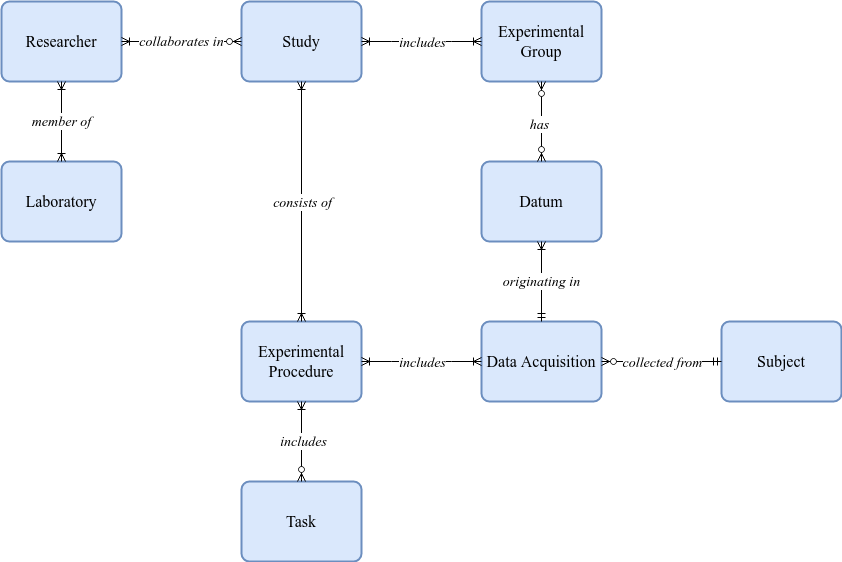
Earlier version of the draw.io export src/book/chapters/labbing/assets/research_entities.png (ZviBaratz/phd). Source tidied: cells renumbered, new cells last; positions are measured from the earlier drawing's top-left corner, leaving out a move shared by most shapes. Its diagram source:
```xml
<mxGraphModel>
  <root>
    <mxCell id="0" />
    <mxCell id="1" parent="0" />
    <mxCell id="2" value="Study" style="rounded=1;arcSize=10;whiteSpace=wrap;html=1;align=center;fontFamily=Times New Roman;fontSize=16;fillColor=#dae8fc;strokeColor=#6c8ebf;strokeWidth=2;" parent="1" vertex="1">
      <mxGeometry x="240" width="120" height="80" as="geometry" />
    </mxCell>
    <mxCell id="3" value="Experimental Group" style="rounded=1;arcSize=10;whiteSpace=wrap;html=1;align=center;fontFamily=Times New Roman;fontSize=16;fillColor=#dae8fc;strokeColor=#6c8ebf;strokeWidth=2;" parent="1" vertex="1">
      <mxGeometry x="480" width="120" height="80" as="geometry" />
    </mxCell>
    <mxCell id="4" value="Datum" style="rounded=1;arcSize=10;whiteSpace=wrap;html=1;align=center;fontFamily=Times New Roman;fontSize=16;fillColor=#dae8fc;strokeColor=#6c8ebf;strokeWidth=2;" parent="1" vertex="1">
      <mxGeometry x="480" y="160" width="120" height="80" as="geometry" />
    </mxCell>
    <mxCell id="5" value="Laboratory" style="rounded=1;arcSize=10;whiteSpace=wrap;html=1;align=center;fontFamily=Times New Roman;fontSize=16;fillColor=#dae8fc;strokeColor=#6c8ebf;strokeWidth=2;" parent="1" vertex="1">
      <mxGeometry y="160" width="120" height="80" as="geometry" />
    </mxCell>
    <mxCell id="6" value="Researcher" style="rounded=1;arcSize=10;whiteSpace=wrap;html=1;align=center;fontFamily=Times New Roman;fontSize=16;fillColor=#dae8fc;strokeColor=#6c8ebf;strokeWidth=2;" parent="1" vertex="1">
      <mxGeometry width="120" height="80" as="geometry" />
    </mxCell>
    <mxCell id="7" value="Subject" style="rounded=1;arcSize=10;whiteSpace=wrap;html=1;align=center;fontFamily=Times New Roman;fontSize=16;fillColor=#dae8fc;strokeColor=#6c8ebf;strokeWidth=2;" parent="1" vertex="1">
      <mxGeometry x="720" y="320" width="120" height="80" as="geometry" />
    </mxCell>
    <mxCell id="8" value="Experimental Procedure" style="rounded=1;arcSize=10;whiteSpace=wrap;html=1;align=center;fontFamily=Times New Roman;fontSize=16;fillColor=#dae8fc;strokeColor=#6c8ebf;strokeWidth=2;" parent="1" vertex="1">
      <mxGeometry x="240" y="320" width="120" height="80" as="geometry" />
    </mxCell>
    <mxCell id="9" value="Task" style="rounded=1;arcSize=10;whiteSpace=wrap;html=1;align=center;fontFamily=Times New Roman;fontSize=16;fillColor=#dae8fc;strokeColor=#6c8ebf;strokeWidth=2;" parent="1" vertex="1">
      <mxGeometry x="240" y="480" width="120" height="80" as="geometry" />
    </mxCell>
    <mxCell id="10" value="&lt;div&gt;Data Acquisition&lt;br&gt;&lt;/div&gt;" style="rounded=1;arcSize=10;whiteSpace=wrap;html=1;align=center;fontFamily=Times New Roman;fontSize=16;fillColor=#dae8fc;strokeColor=#6c8ebf;strokeWidth=2;" parent="1" vertex="1">
      <mxGeometry x="480" y="320" width="120" height="80" as="geometry" />
    </mxCell>
    <mxCell id="11" value="&lt;font style=&quot;font-size: 14px&quot;&gt;originating in&lt;br&gt;&lt;/font&gt;" style="edgeStyle=orthogonalEdgeStyle;fontSize=12;html=1;endArrow=ERoneToMany;startArrow=ERmandOne;rounded=0;fontFamily=Times New Roman;exitX=0.5;exitY=0;exitDx=0;exitDy=0;entryX=0.5;entryY=1;entryDx=0;entryDy=0;fontStyle=2;" parent="1" edge="1" source="10" target="4">
      <mxGeometry relative="1" as="geometry" />
    </mxCell>
    <mxCell id="12" style="fontSize=12;html=1;endArrow=ERzeroToMany;startArrow=ERmandOne;rounded=0;fontFamily=Times New Roman;exitX=0;exitY=0.5;exitDx=0;exitDy=0;entryX=1;entryY=0.5;entryDx=0;entryDy=0;" parent="1" edge="1" source="7" target="10">
      <mxGeometry relative="1" as="geometry" />
    </mxCell>
    <mxCell id="13" value="collected from" style="edgeLabel;html=1;align=center;verticalAlign=middle;fontSize=14;fontFamily=Times New Roman;fontStyle=2;" parent="12" vertex="1">
      <mxGeometry y="1" relative="1" as="geometry">
        <mxPoint y="-1" as="offset" />
      </mxGeometry>
    </mxCell>
    <mxCell id="14" value="&lt;i&gt;&lt;font style=&quot;font-size: 14px&quot;&gt;member of&lt;br&gt;&lt;/font&gt;&lt;/i&gt;" style="fontSize=12;html=1;endArrow=ERoneToMany;startArrow=ERoneToMany;rounded=0;fontFamily=Times New Roman;entryX=0.5;entryY=1;entryDx=0;entryDy=0;exitX=0.5;exitY=0;exitDx=0;exitDy=0;startFill=0;" parent="1" edge="1" source="5" target="6">
      <mxGeometry relative="1" as="geometry" />
    </mxCell>
    <mxCell id="15" value="&lt;div style=&quot;font-size: 14px;&quot;&gt;collaborates in&lt;br style=&quot;font-size: 14px;&quot;&gt;&lt;/div&gt;" style="fontSize=14;html=1;endArrow=ERoneToMany;startArrow=ERzeroToMany;rounded=0;fontFamily=Times New Roman;entryX=1;entryY=0.5;entryDx=0;entryDy=0;exitX=0;exitY=0.5;exitDx=0;exitDy=0;fontStyle=2;" parent="1" edge="1" source="2" target="6">
      <mxGeometry relative="1" as="geometry" />
    </mxCell>
    <mxCell id="16" style="fontSize=12;html=1;endArrow=ERoneToMany;startArrow=ERoneToMany;rounded=0;fontFamily=Times New Roman;entryX=0.5;entryY=0;entryDx=0;entryDy=0;exitX=0.5;exitY=1;exitDx=0;exitDy=0;startFill=0;" parent="1" edge="1" source="2" target="8">
      <mxGeometry relative="1" as="geometry" />
    </mxCell>
    <mxCell id="17" value="consists of" style="edgeLabel;html=1;align=center;verticalAlign=middle;fontSize=14;fontFamily=Times New Roman;fontStyle=2;" parent="16" vertex="1">
      <mxGeometry x="0.23" y="1" relative="1" as="geometry">
        <mxPoint x="-1" y="-27" as="offset" />
      </mxGeometry>
    </mxCell>
    <mxCell id="18" style="fontSize=12;html=1;endArrow=ERoneToMany;endFill=0;startArrow=ERzeroToMany;rounded=0;fontFamily=Times New Roman;exitX=0.5;exitY=0;exitDx=0;exitDy=0;entryX=0.5;entryY=1;entryDx=0;entryDy=0;" parent="1" edge="1" source="9" target="8">
      <mxGeometry relative="1" as="geometry" />
    </mxCell>
    <mxCell id="19" value="includes" style="edgeLabel;html=1;align=center;verticalAlign=middle;fontSize=14;fontFamily=Times New Roman;fontStyle=2;" parent="18" vertex="1">
      <mxGeometry x="0.02" y="-1" relative="1" as="geometry" />
    </mxCell>
    <mxCell id="20" style="edgeStyle=entityRelationEdgeStyle;fontSize=12;html=1;endArrow=ERoneToMany;startArrow=ERoneToMany;rounded=0;fontFamily=Times New Roman;exitX=1;exitY=0.5;exitDx=0;exitDy=0;entryX=0;entryY=0.5;entryDx=0;entryDy=0;startFill=0;" parent="1" edge="1" source="8" target="10">
      <mxGeometry relative="1" as="geometry" />
    </mxCell>
    <mxCell id="21" value="includes" style="edgeLabel;html=1;align=center;verticalAlign=middle;fontSize=14;fontFamily=Times New Roman;fontStyle=2;" parent="20" vertex="1">
      <mxGeometry x="-0.07" y="-4" relative="1" as="geometry">
        <mxPoint x="4" y="-4" as="offset" />
      </mxGeometry>
    </mxCell>
    <mxCell id="22" style="edgeStyle=entityRelationEdgeStyle;fontSize=12;html=1;endArrow=ERoneToMany;startArrow=ERoneToMany;rounded=0;fontFamily=Times New Roman;entryX=0;entryY=0.5;entryDx=0;entryDy=0;exitX=1;exitY=0.5;exitDx=0;exitDy=0;startFill=0;" parent="1" edge="1" source="2" target="3">
      <mxGeometry relative="1" as="geometry" />
    </mxCell>
    <mxCell id="23" value="includes" style="edgeLabel;html=1;align=center;verticalAlign=middle;fontSize=14;fontFamily=Times New Roman;fontStyle=2;" parent="22" vertex="1">
      <mxGeometry x="-0.18" y="-3" relative="1" as="geometry">
        <mxPoint x="11" y="-3" as="offset" />
      </mxGeometry>
    </mxCell>
    <mxCell id="24" style="fontSize=12;html=1;endArrow=ERzeroToMany;endFill=1;startArrow=ERzeroToMany;rounded=0;fontFamily=Times New Roman;exitX=0.5;exitY=1;exitDx=0;exitDy=0;entryX=0.5;entryY=0;entryDx=0;entryDy=0;" parent="1" edge="1" source="3" target="4">
      <mxGeometry relative="1" as="geometry" />
    </mxCell>
    <mxCell id="25" value="has" style="edgeLabel;html=1;align=center;verticalAlign=middle;fontSize=14;fontFamily=Times New Roman;fontStyle=2;" parent="24" vertex="1">
      <mxGeometry x="0.05" relative="1" as="geometry">
        <mxPoint x="-3" as="offset" />
      </mxGeometry>
    </mxCell>
  </root>
</mxGraphModel>
```
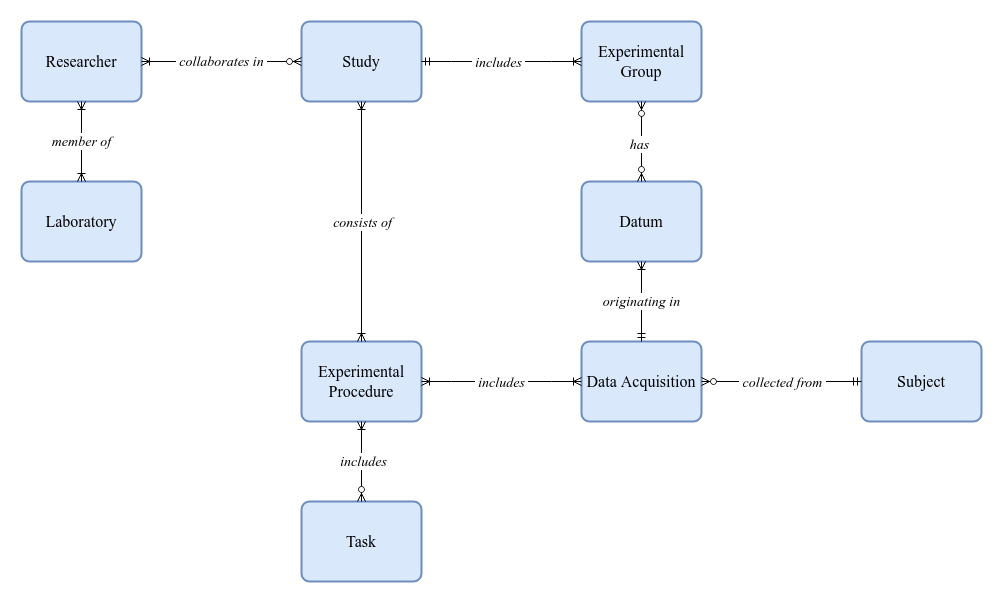
Later version of the same file.

Commit message:
Changed group to be associated with a single study.

What changed in the source:
```diff
@@ -6,19 +6,19 @@
       <mxGeometry x="240" width="120" height="80" as="geometry" />
     </mxCell>
     <mxCell id="3" value="Experimental Group" style="rounded=1;arcSize=10;whiteSpace=wrap;html=1;align=center;fontFamily=Times New Roman;fontSize=16;fillColor=#dae8fc;strokeColor=#6c8ebf;strokeWidth=2;" parent="1" vertex="1">
-      <mxGeometry x="480" width="120" height="80" as="geometry" />
+      <mxGeometry x="520" width="120" height="80" as="geometry" />
     </mxCell>
     <mxCell id="4" value="Datum" style="rounded=1;arcSize=10;whiteSpace=wrap;html=1;align=center;fontFamily=Times New Roman;fontSize=16;fillColor=#dae8fc;strokeColor=#6c8ebf;strokeWidth=2;" parent="1" vertex="1">
-      <mxGeometry x="480" y="160" width="120" height="80" as="geometry" />
+      <mxGeometry x="520" y="160" width="120" height="80" as="geometry" />
     </mxCell>
     <mxCell id="5" value="Laboratory" style="rounded=1;arcSize=10;whiteSpace=wrap;html=1;align=center;fontFamily=Times New Roman;fontSize=16;fillColor=#dae8fc;strokeColor=#6c8ebf;strokeWidth=2;" parent="1" vertex="1">
-      <mxGeometry y="160" width="120" height="80" as="geometry" />
+      <mxGeometry x="-40" y="160" width="120" height="80" as="geometry" />
     </mxCell>
     <mxCell id="6" value="Researcher" style="rounded=1;arcSize=10;whiteSpace=wrap;html=1;align=center;fontFamily=Times New Roman;fontSize=16;fillColor=#dae8fc;strokeColor=#6c8ebf;strokeWidth=2;" parent="1" vertex="1">
-      <mxGeometry width="120" height="80" as="geometry" />
+      <mxGeometry x="-40" width="120" height="80" as="geometry" />
     </mxCell>
     <mxCell id="7" value="Subject" style="rounded=1;arcSize=10;whiteSpace=wrap;html=1;align=center;fontFamily=Times New Roman;fontSize=16;fillColor=#dae8fc;strokeColor=#6c8ebf;strokeWidth=2;" parent="1" vertex="1">
-      <mxGeometry x="720" y="320" width="120" height="80" as="geometry" />
+      <mxGeometry x="800" y="320" width="120" height="80" as="geometry" />
     </mxCell>
     <mxCell id="8" value="Experimental Procedure" style="rounded=1;arcSize=10;whiteSpace=wrap;html=1;align=center;fontFamily=Times New Roman;fontSize=16;fillColor=#dae8fc;strokeColor=#6c8ebf;strokeWidth=2;" parent="1" vertex="1">
       <mxGeometry x="240" y="320" width="120" height="80" as="geometry" />
@@ -27,7 +27,7 @@
       <mxGeometry x="240" y="480" width="120" height="80" as="geometry" />
     </mxCell>
     <mxCell id="10" value="&lt;div&gt;Data Acquisition&lt;br&gt;&lt;/div&gt;" style="rounded=1;arcSize=10;whiteSpace=wrap;html=1;align=center;fontFamily=Times New Roman;fontSize=16;fillColor=#dae8fc;strokeColor=#6c8ebf;strokeWidth=2;" parent="1" vertex="1">
-      <mxGeometry x="480" y="320" width="120" height="80" as="geometry" />
+      <mxGeometry x="520" y="320" width="120" height="80" as="geometry" />
     </mxCell>
     <mxCell id="11" value="&lt;font style=&quot;font-size: 14px&quot;&gt;originating in&lt;br&gt;&lt;/font&gt;" style="edgeStyle=orthogonalEdgeStyle;fontSize=12;html=1;endArrow=ERoneToMany;startArrow=ERmandOne;rounded=0;fontFamily=Times New Roman;exitX=0.5;exitY=0;exitDx=0;exitDy=0;entryX=0.5;entryY=1;entryDx=0;entryDy=0;fontStyle=2;" parent="1" edge="1" source="10" target="4">
       <mxGeometry relative="1" as="geometry" />
@@ -35,7 +35,7 @@
     <mxCell id="12" style="fontSize=12;html=1;endArrow=ERzeroToMany;startArrow=ERmandOne;rounded=0;fontFamily=Times New Roman;exitX=0;exitY=0.5;exitDx=0;exitDy=0;entryX=1;entryY=0.5;entryDx=0;entryDy=0;" parent="1" edge="1" source="7" target="10">
       <mxGeometry relative="1" as="geometry" />
     </mxCell>
-    <mxCell id="13" value="collected from" style="edgeLabel;html=1;align=center;verticalAlign=middle;fontSize=14;fontFamily=Times New Roman;fontStyle=2;" parent="12" vertex="1">
+    <mxCell id="13" value="&amp;nbsp;collected from&amp;nbsp; " style="edgeLabel;html=1;align=center;verticalAlign=middle;fontSize=14;fontFamily=Times New Roman;fontStyle=2;" parent="12" vertex="1">
       <mxGeometry y="1" relative="1" as="geometry">
         <mxPoint y="-1" as="offset" />
       </mxGeometry>
@@ -43,7 +43,7 @@
     <mxCell id="14" value="&lt;i&gt;&lt;font style=&quot;font-size: 14px&quot;&gt;member of&lt;br&gt;&lt;/font&gt;&lt;/i&gt;" style="fontSize=12;html=1;endArrow=ERoneToMany;startArrow=ERoneToMany;rounded=0;fontFamily=Times New Roman;entryX=0.5;entryY=1;entryDx=0;entryDy=0;exitX=0.5;exitY=0;exitDx=0;exitDy=0;startFill=0;" parent="1" edge="1" source="5" target="6">
       <mxGeometry relative="1" as="geometry" />
     </mxCell>
-    <mxCell id="15" value="&lt;div style=&quot;font-size: 14px;&quot;&gt;collaborates in&lt;br style=&quot;font-size: 14px;&quot;&gt;&lt;/div&gt;" style="fontSize=14;html=1;endArrow=ERoneToMany;startArrow=ERzeroToMany;rounded=0;fontFamily=Times New Roman;entryX=1;entryY=0.5;entryDx=0;entryDy=0;exitX=0;exitY=0.5;exitDx=0;exitDy=0;fontStyle=2;" parent="1" edge="1" source="2" target="6">
+    <mxCell id="15" value="&lt;div style=&quot;font-size: 14px&quot;&gt;&amp;nbsp;collaborates in&amp;nbsp; &lt;br style=&quot;font-size: 14px&quot;&gt;&lt;/div&gt;" style="fontSize=14;html=1;endArrow=ERoneToMany;startArrow=ERzeroToMany;rounded=0;fontFamily=Times New Roman;entryX=1;entryY=0.5;entryDx=0;entryDy=0;exitX=0;exitY=0.5;exitDx=0;exitDy=0;fontStyle=2;" parent="1" edge="1" source="2" target="6">
       <mxGeometry relative="1" as="geometry" />
     </mxCell>
     <mxCell id="16" style="fontSize=12;html=1;endArrow=ERoneToMany;startArrow=ERoneToMany;rounded=0;fontFamily=Times New Roman;entryX=0.5;entryY=0;entryDx=0;entryDy=0;exitX=0.5;exitY=1;exitDx=0;exitDy=0;startFill=0;" parent="1" edge="1" source="2" target="8">
@@ -63,26 +63,26 @@
     <mxCell id="20" style="edgeStyle=entityRelationEdgeStyle;fontSize=12;html=1;endArrow=ERoneToMany;startArrow=ERoneToMany;rounded=0;fontFamily=Times New Roman;exitX=1;exitY=0.5;exitDx=0;exitDy=0;entryX=0;entryY=0.5;entryDx=0;entryDy=0;startFill=0;" parent="1" edge="1" source="8" target="10">
       <mxGeometry relative="1" as="geometry" />
     </mxCell>
-    <mxCell id="21" value="includes" style="edgeLabel;html=1;align=center;verticalAlign=middle;fontSize=14;fontFamily=Times New Roman;fontStyle=2;" parent="20" vertex="1">
+    <mxCell id="21" value="&amp;nbsp;includes&amp;nbsp; " style="edgeLabel;html=1;align=center;verticalAlign=middle;fontSize=14;fontFamily=Times New Roman;fontStyle=2;" parent="20" vertex="1">
       <mxGeometry x="-0.07" y="-4" relative="1" as="geometry">
         <mxPoint x="4" y="-4" as="offset" />
       </mxGeometry>
     </mxCell>
+    <mxCell id="24" style="fontSize=12;html=1;endArrow=ERzeroToMany;endFill=1;startArrow=ERzeroToMany;rounded=0;fontFamily=Times New Roman;exitX=0.5;exitY=1;exitDx=0;exitDy=0;entryX=0.5;entryY=0;entryDx=0;entryDy=0;" parent="1" edge="1" source="3" target="4">
+      <mxGeometry relative="1" as="geometry" />
+    </mxCell>
+    <mxCell id="25" value="has" style="edgeLabel;html=1;align=center;verticalAlign=middle;fontSize=14;fontFamily=Times New Roman;fontStyle=2;" parent="24" vertex="1">
+      <mxGeometry x="0.05" relative="1" as="geometry">
+        <mxPoint x="-3" as="offset" />
+      </mxGeometry>
+    </mxCell>
-    <mxCell id="22" style="edgeStyle=entityRelationEdgeStyle;fontSize=12;html=1;endArrow=ERoneToMany;startArrow=ERoneToMany;rounded=0;fontFamily=Times New Roman;entryX=0;entryY=0.5;entryDx=0;entryDy=0;exitX=1;exitY=0.5;exitDx=0;exitDy=0;startFill=0;" parent="1" edge="1" source="2" target="3">
+    <mxCell id="22" style="edgeStyle=entityRelationEdgeStyle;fontSize=12;html=1;endArrow=ERoneToMany;startArrow=ERmandOne;rounded=0;exitX=1;exitY=0.5;exitDx=0;exitDy=0;entryX=0;entryY=0.5;entryDx=0;entryDy=0;" parent="1" edge="1" source="2" target="3">
       <mxGeometry relative="1" as="geometry" />
     </mxCell>
-    <mxCell id="23" value="includes" style="edgeLabel;html=1;align=center;verticalAlign=middle;fontSize=14;fontFamily=Times New Roman;fontStyle=2;" parent="22" vertex="1">
-      <mxGeometry x="-0.18" y="-3" relative="1" as="geometry">
-        <mxPoint x="11" y="-3" as="offset" />
+    <mxCell id="23" value="&amp;nbsp;includes&amp;nbsp; " style="edgeLabel;html=1;align=center;verticalAlign=middle;fontSize=14;fontFamily=Times New Roman;fontStyle=2;" parent="22" vertex="1">
+      <mxGeometry x="-0.22" y="4" relative="1" as="geometry">
+        <mxPoint x="13" y="4" as="offset" />
       </mxGeometry>
     </mxCell>
-    <mxCell id="24" style="fontSize=12;html=1;endArrow=ERzeroToMany;endFill=1;startArrow=ERzeroToMany;rounded=0;fontFamily=Times New Roman;exitX=0.5;exitY=1;exitDx=0;exitDy=0;entryX=0.5;entryY=0;entryDx=0;entryDy=0;" parent="1" edge="1" source="3" target="4">
-      <mxGeometry relative="1" as="geometry" />
-    </mxCell>
-    <mxCell id="25" value="has" style="edgeLabel;html=1;align=center;verticalAlign=middle;fontSize=14;fontFamily=Times New Roman;fontStyle=2;" parent="24" vertex="1">
-      <mxGeometry x="0.05" relative="1" as="geometry">
-        <mxPoint x="-3" as="offset" />
-      </mxGeometry>
-    </mxCell>
   </root>
 </mxGraphModel>
```
